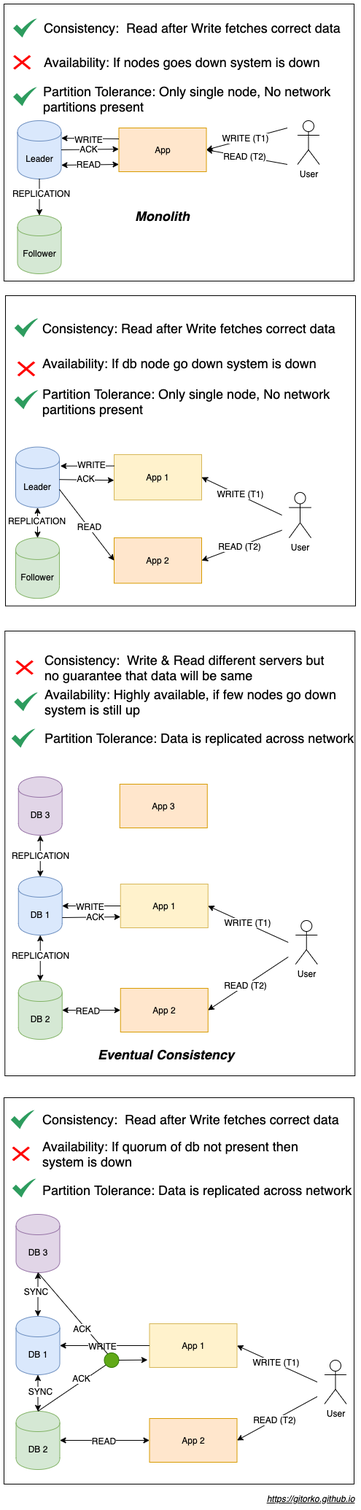
This is post/grokking-the-coding-interview/cap-theorem.png from gitorko/gitorko.github.io, a draw.io export, as it was before one commit. Source tidied: cells renumbered, new cells last; positions are measured from the earlier drawing's top-left corner, leaving out a move shared by most shapes.
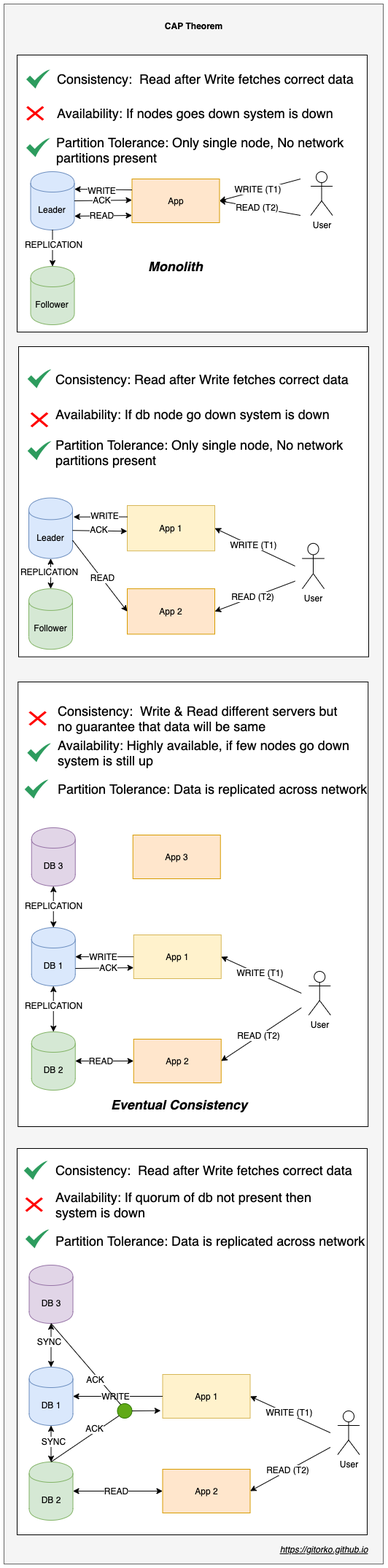
Above is the later version.

Change to the diagram source:
```diff
@@ -2,6 +2,9 @@
   <root>
     <mxCell id="0" />
     <mxCell id="1" parent="0" />
+    <mxCell id="119" style="rounded=0;whiteSpace=wrap;html=1;fillColor=#f5f5f5;strokeColor=#666666;fontColor=#333333;" parent="1" vertex="1">
+      <mxGeometry x="-18" y="-70" width="520" height="2140" as="geometry" />
+    </mxCell>
     <mxCell id="2" style="group;" parent="1" vertex="1">
       <mxGeometry y="1500" width="481.2" height="530" as="geometry" />
     </mxCell>
@@ -414,5 +417,8 @@
     <mxCell id="118" value="https://gitorko.github.io" style="text;html=1;strokeColor=none;fillColor=none;align=center;verticalAlign=middle;whiteSpace=wrap;rounded=0;fontStyle=6;" parent="1" vertex="1">
       <mxGeometry x="361.2" y="2040" width="120" height="20" as="geometry" />
     </mxCell>
+    <mxCell id="120" value="CAP Theorem" style="text;html=1;strokeColor=none;fillColor=none;align=center;verticalAlign=middle;whiteSpace=wrap;rounded=0;fontStyle=1;" parent="1" vertex="1">
+      <mxGeometry x="183.1" y="-50" width="119" height="20" as="geometry" />
+    </mxCell>
   </root>
 </mxGraphModel>
```
